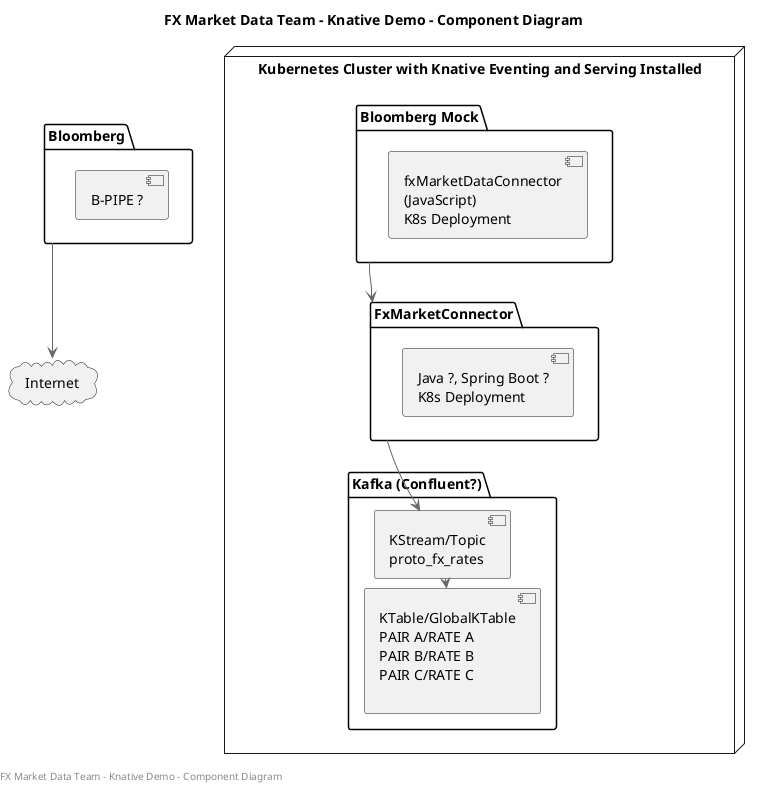
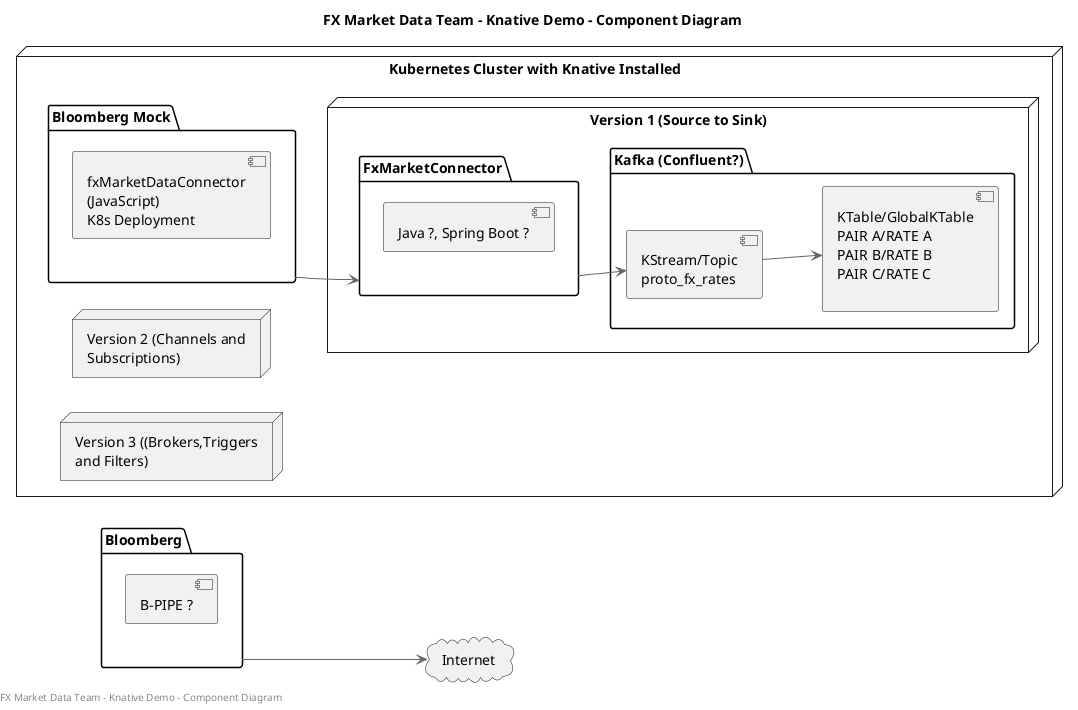
@startuml
!include <k8s/Common>
!include <k8s/Context>
!include <k8s/Simplified>
!include <k8s/OSS/all>
!include <kubernetes/k8s-sprites-unlabeled-25pct>

title FX Market Data Team - Knative Demo - Component Diagram
footer FX Market Data Team - Knative Demo - Component Diagram
- skin rose
- skinparam componentStyle uml2
+ left to right direction

- scale max 2048 width
- skinparam {
-     nodesep 10
-     ranksep 10
- }
- 
+ "Bloomberg" --> Internet
package "Bloomberg" {
    component [B-PIPE ?]
}
- 
cloud Internet {
}

- "Bloomberg" --> Internet
- 
- node "Kubernetes Cluster with Knative Eventing and Serving Installed" {
- package "Bloomberg Mock" {
-     component "fxMarketDataConnector\n(JavaScript)\nK8s Deployment"
+ node "Kubernetes Cluster with Knative Installed" as v1 {
+     package "Bloomberg Mock" {
+         component "fxMarketDataConnector\n(JavaScript)\nK8s Deployment"
+     }
+     node "Version 1 (Source to Sink)" {
+         package "FxMarketConnector" as FMC1 {
+             component "Java ?, Spring Boot ?"
+         }
+         package "Kafka (Confluent?)" as K1 {
+             component "KStream/Topic\nproto_fx_rates" as KS1
+             component "KTable/GlobalKTable\nPAIR A/RATE A\nPAIR B/RATE B\nPAIR C/RATE C\n" as KT1
+         }
+     "Bloomberg Mock" --> "FMC1"
+     FMC1 --> KS1
+     KS1 --> KT1
+     }
+ node "Version 2 (Channels and Subscriptions)" {
}
- package "FxMarketConnector" {
-     component "Java ?, Spring Boot ?\nK8s Deployment"
+ node "Version 3 ((Brokers,Triggers and Filters)" {
}
- package "Kafka (Confluent?)" {
-     component "KStream/Topic\nproto_fx_rates"
-     component "KTable/GlobalKTable\nPAIR A/RATE A\nPAIR B/RATE B\nPAIR C/RATE C\n"
- }
- "KStream/Topic\nproto_fx_rates"-->"KTable/GlobalKTable\nPAIR A/RATE A\nPAIR B/RATE B\nPAIR C/RATE C\n"
- "Bloomberg Mock" --> "FxMarketConnector"
-  "FxMarketConnector" --> "KStream/Topic\nproto_fx_rates"
- 
- 
@enduml